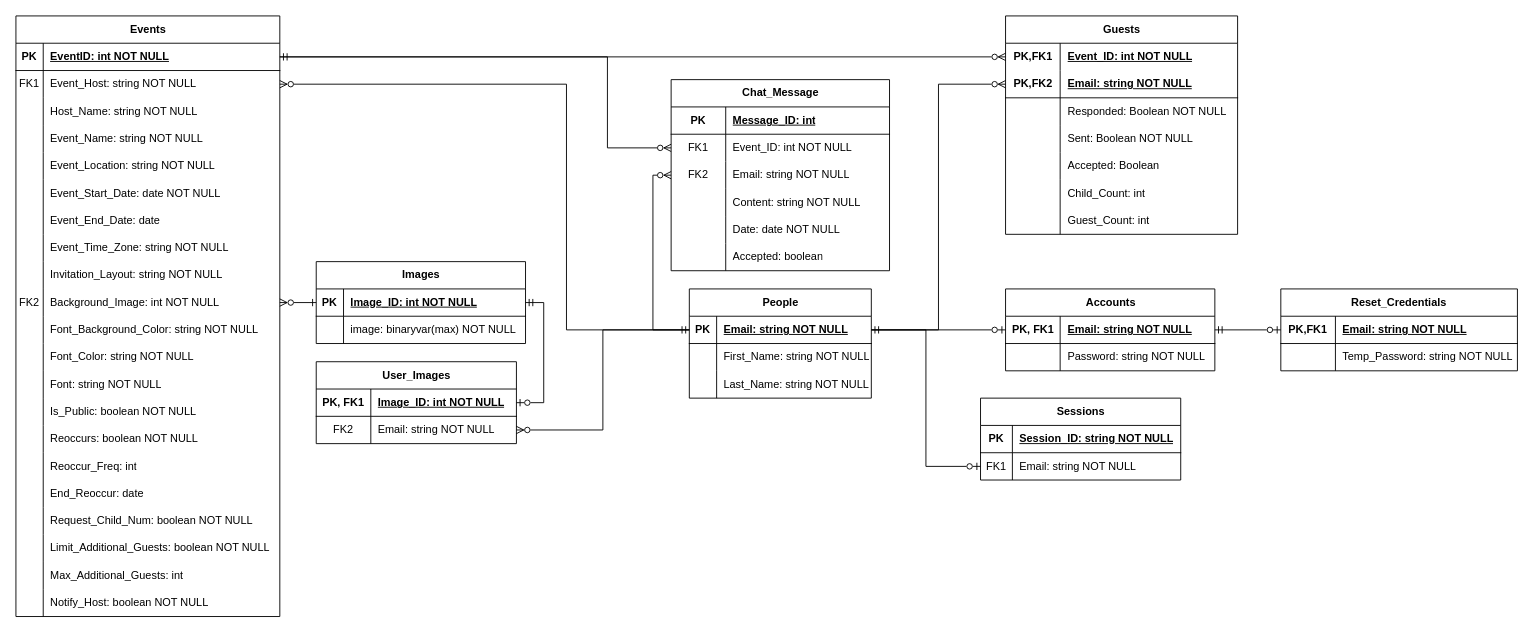
This is Documents/Database/AllEventlyERD.drawio from plewis10apsu/AllEvently, a draw.io file, before an edit. Source tidied: cells renumbered, new cells numbered last; positions are measured from the earlier drawing's top-left corner, leaving out a move shared by most shapes. Both pictures are drawn from the tidied source at 91%, with x=0, y=0 at pixel (15, 15).
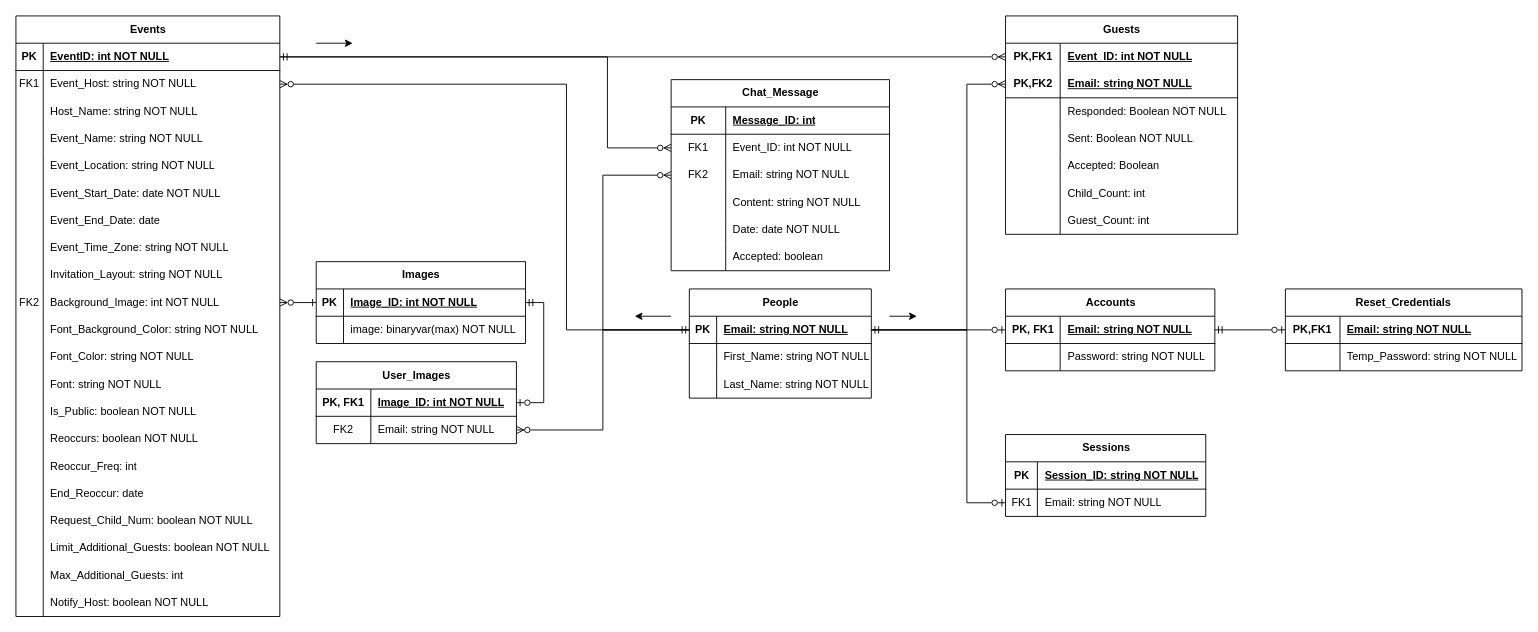
The same page after the edit.

Unchanged cells that the change refers to:
```xml
<mxCell id="67" style="shape=tableRow;horizontal=0;startSize=0;swimlaneHead=0;swimlaneBody=0;fillColor=none;points=[[0,0.5],[1,0.5]];portConstraint=eastwest;top=0;left=0;right=0;bottom=1;" parent="66" vertex="1">
  <mxGeometry y="30" width="200" height="30" as="geometry" />
</mxCell>
<mxCell id="80" style="shape=tableRow;horizontal=0;startSize=0;swimlaneHead=0;swimlaneBody=0;fillColor=none;points=[[0,0.5],[1,0.5]];portConstraint=eastwest;top=0;left=0;right=0;bottom=1;html=1;" parent="76" vertex="1">
  <mxGeometry y="60" width="255" height="30" as="geometry" />
</mxCell>
<mxCell id="101" style="shape=tableRow;horizontal=0;startSize=0;swimlaneHead=0;swimlaneBody=0;fillColor=none;points=[[0,0.5],[1,0.5]];portConstraint=eastwest;top=0;left=0;right=0;bottom=1;" parent="100" vertex="1">
  <mxGeometry y="30" width="230" height="30" as="geometry" />
</mxCell>
<mxCell id="112" style="shape=tableRow;horizontal=0;startSize=0;swimlaneHead=0;swimlaneBody=0;fillColor=none;points=[[0,0.5],[1,0.5]];portConstraint=eastwest;top=0;left=0;right=0;bottom=0;" parent="108" vertex="1">
  <mxGeometry y="60" width="220" height="30" as="geometry" />
</mxCell>
<mxCell id="123" style="shape=tableRow;horizontal=0;startSize=0;swimlaneHead=0;swimlaneBody=0;fillColor=none;points=[[0,0.5],[1,0.5]];portConstraint=eastwest;top=0;left=0;right=0;bottom=0;" parent="116" vertex="1">
  <mxGeometry y="90" width="240" height="30" as="geometry" />
</mxCell>
<mxCell id="148" style="shape=tableRow;horizontal=0;startSize=0;swimlaneHead=0;swimlaneBody=0;fillColor=none;points=[[0,0.5],[1,0.5]];portConstraint=eastwest;top=0;left=0;right=0;bottom=0;" parent="144" vertex="1">
  <mxGeometry y="60" width="220" height="30" as="geometry" />
</mxCell>
<mxCell id="155" style="shape=tableRow;horizontal=0;startSize=0;swimlaneHead=0;swimlaneBody=0;fillColor=none;points=[[0,0.5],[1,0.5]];portConstraint=eastwest;top=0;left=0;right=0;bottom=1;html=1;" parent="154" vertex="1">
  <mxGeometry y="30" width="260" height="30" as="geometry" />
</mxCell>
```

Change to the diagram source:
```diff
@@
     <mxCell id="99" style="edgeStyle=orthogonalEdgeStyle;rounded=0;jettySize=auto;html=1;exitX=1;exitY=0.5;exitDx=0;exitDy=0;entryX=0;entryY=0.5;entryDx=0;entryDy=0;endArrow=ERzeroToMany;endFill=0;" parent="1" edge="1" source="67" target="80">
-      <mxGeometry relative="1" as="geometry" />
+      <mxGeometry relative="1" as="geometry">
+        <Array as="points">
+          <mxPoint x="1045" y="345" />
+          <mxPoint x="1045" y="75" />
+        </Array>
+      </mxGeometry>
     </mxCell>
@@
     <mxCell id="108" value="Sessions" style="shape=table;startSize=30;childLayout=tableLayout;rowLines=0;fontStyle=1;align=center;html=1;" parent="1" vertex="1">
-      <mxGeometry x="1060" y="420" width="220" height="90" as="geometry" />
+      <mxGeometry x="1087.5" y="460" width="220" height="90" as="geometry" />
     </mxCell>
@@
     <mxCell id="115" style="edgeStyle=orthogonalEdgeStyle;rounded=0;jettySize=auto;html=1;exitX=1;exitY=0.5;exitDx=0;exitDy=0;entryX=0;entryY=0.5;entryDx=0;entryDy=0;endArrow=ERzeroToOne;endFill=0;" parent="1" edge="1" source="67" target="112">
-      <mxGeometry relative="1" as="geometry" />
+      <mxGeometry relative="1" as="geometry">
+        <Array as="points">
+          <mxPoint x="1045" y="345" />
+          <mxPoint x="1045" y="535" />
+        </Array>
+      </mxGeometry>
     </mxCell>
@@
     <mxCell id="136" style="edgeStyle=orthogonalEdgeStyle;rounded=0;jettySize=auto;html=1;exitX=0;exitY=0.5;exitDx=0;exitDy=0;entryX=0;entryY=0.5;entryDx=0;entryDy=0;endArrow=ERzeroToMany;endFill=0;" parent="1" edge="1" source="67" target="123">
-      <mxGeometry relative="1" as="geometry" />
+      <mxGeometry relative="1" as="geometry">
+        <Array as="points">
+          <mxPoint x="645" y="345" />
+          <mxPoint x="645" y="175" />
+        </Array>
+      </mxGeometry>
     </mxCell>
@@
     <mxCell id="151" style="edgeStyle=orthogonalEdgeStyle;rounded=0;jettySize=auto;html=1;exitX=0;exitY=0.5;exitDx=0;exitDy=0;entryX=1;entryY=0.5;entryDx=0;entryDy=0;endArrow=ERzeroToMany;endFill=0;" parent="1" edge="1" source="67" target="148">
-      <mxGeometry relative="1" as="geometry" />
+      <mxGeometry relative="1" as="geometry">
+        <Array as="points">
+          <mxPoint x="645" y="345" />
+          <mxPoint x="645" y="455" />
+        </Array>
+      </mxGeometry>
     </mxCell>
@@
     <mxCell id="154" value="Reset_Credentials" style="shape=table;startSize=30;childLayout=tableLayout;rowLines=0;fontStyle=1;align=center;html=1;whiteSpace=wrap;" parent="1" vertex="1">
-      <mxGeometry x="1390" y="300" width="260" height="90" as="geometry" />
+      <mxGeometry x="1395" y="300" width="260" height="90" as="geometry" />
     </mxCell>
@@
-    <mxCell id="161" style="edgeStyle=orthogonalEdgeStyle;rounded=0;jettySize=auto;html=1;exitX=1;exitY=0.5;exitDx=0;exitDy=0;entryX=0;entryY=0.5;entryDx=0;entryDy=0;startArrow=ERmandOne;startFill=0;endArrow=ERzeroToOne;endFill=0;" parent="1" edge="1" source="101" target="155">
+    <mxCell id="161" style="edgeStyle=orthogonalEdgeStyle;rounded=0;jettySize=auto;html=1;exitX=1;exitY=0.5;exitDx=0;exitDy=0;entryX=0;entryY=0.5;entryDx=0;entryDy=0;startArrow=ERmandOne;startFill=0;endArrow=ERzeroToOne;endFill=0;jumpStyle=none;" parent="1" edge="1" source="101" target="155">
       <mxGeometry relative="1" as="geometry" />
     </mxCell>
@@
+    <mxCell id="163" style="endArrow=classic;html=1;rounded=0;" parent="1" edge="1">
+      <mxGeometry relative="1" as="geometry">
+        <mxPoint x="960" y="330" as="sourcePoint" />
+        <mxPoint x="990" y="330" as="targetPoint" />
+      </mxGeometry>
+    </mxCell>
+    <mxCell id="164" style="endArrow=classic;html=1;rounded=0;" parent="1" edge="1">
+      <mxGeometry relative="1" as="geometry">
+        <mxPoint x="330" y="30" as="sourcePoint" />
+        <mxPoint x="370" y="30" as="targetPoint" />
+      </mxGeometry>
+    </mxCell>
+    <mxCell id="165" style="endArrow=classic;html=1;rounded=0;" parent="1" edge="1">
+      <mxGeometry relative="1" as="geometry">
+        <mxPoint x="720" y="330" as="sourcePoint" />
+        <mxPoint x="680" y="330" as="targetPoint" />
+      </mxGeometry>
+    </mxCell>
```
